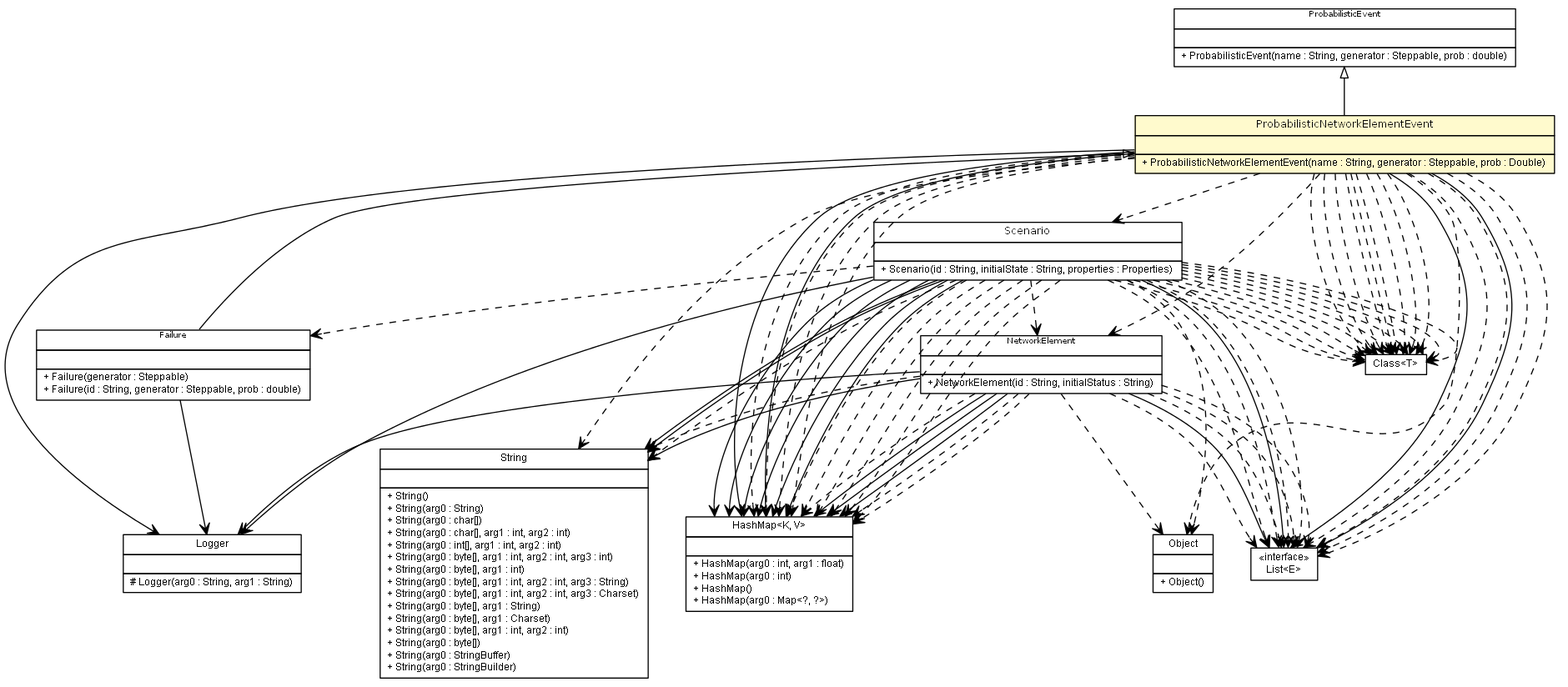
Earlier version of the Graphviz export apidocs/es/upm/dit/gsi/shanks/model/event/networkelement/ProbabilisticNetworkElementEvent.png (gsi-upm/Shanks). Its source is kept beside it as apidocs/es/upm/dit/gsi/shanks/model/event/networkelement/ProbabilisticNetworkElementEvent.dot.
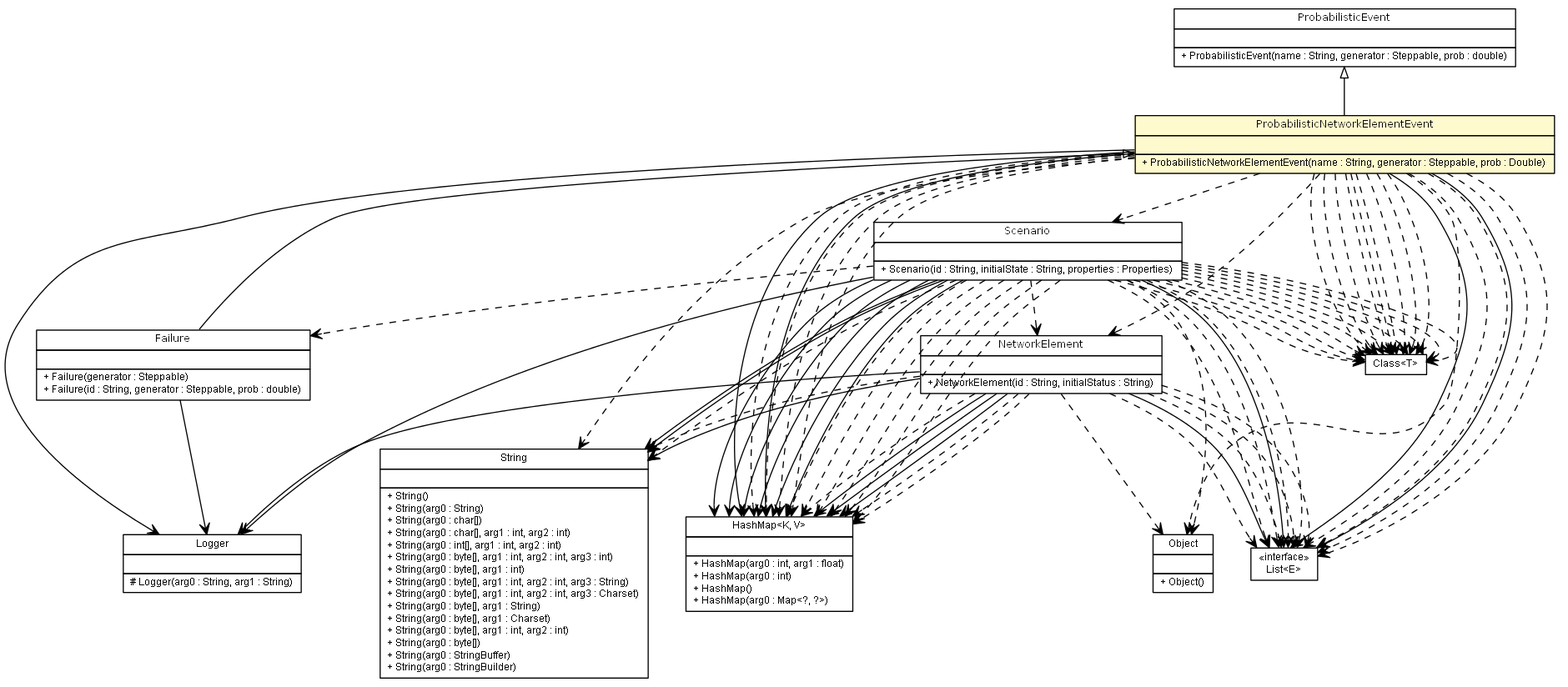
After the change.

What changed in the source:
```diff
@@ -84,60 +84,60 @@
 	c6048:p -> c6076:p [taillabel="", label="", headlabel="", fontname="arial", fontcolor="black", fontsize=10.0, color="black", arrowhead=open];
 	c6048:p -> c6076:p [taillabel="", label="", headlabel="", fontname="arial", fontcolor="black", fontsize=10.0, color="black", arrowhead=open];
 	c6048:p -> c6076:p [taillabel="", label="", headlabel="", fontname="arial", fontcolor="black", fontsize=10.0, color="black", arrowhead=open];
-	c6031:p -> c6078:p [taillabel="", label="", headlabel="", fontname="arial", fontcolor="black", fontsize=10.0, color="black", arrowhead=open, style=dashed];
 	c6031:p -> c6077:p [taillabel="", label="", headlabel="", fontname="arial", fontcolor="black", fontsize=10.0, color="black", arrowhead=open, style=dashed];
 	c6031:p -> c6076:p [taillabel="", label="", headlabel="", fontname="arial", fontcolor="black", fontsize=10.0, color="black", arrowhead=open, style=dashed];
+	c6031:p -> c6077:p [taillabel="", label="", headlabel="", fontname="arial", fontcolor="black", fontsize=10.0, color="black", arrowhead=open, style=dashed];
 	c6031:p -> c6076:p [taillabel="", label="", headlabel="", fontname="arial", fontcolor="black", fontsize=10.0, color="black", arrowhead=open, style=dashed];
 	c6031:p -> c6077:p [taillabel="", label="", headlabel="", fontname="arial", fontcolor="black", fontsize=10.0, color="black", arrowhead=open, style=dashed];
 	c6031:p -> c6075:p [taillabel="", label="", headlabel="", fontname="arial", fontcolor="black", fontsize=10.0, color="black", arrowhead=open, style=dashed];
+	c6031:p -> c6076:p [taillabel="", label="", headlabel="", fontname="arial", fontcolor="black", fontsize=10.0, color="black", arrowhead=open, style=dashed];
 	c6031:p -> c6077:p [taillabel="", label="", headlabel="", fontname="arial", fontcolor="black", fontsize=10.0, color="black", arrowhead=open, style=dashed];
-	c6031:p -> c6077:p [taillabel="", label="", headlabel="", fontname="arial", fontcolor="black", fontsize=10.0, color="black", arrowhead=open, style=dashed];
-	c6031:p -> c6076:p [taillabel="", label="", headlabel="", fontname="arial", fontcolor="black", fontsize=10.0, color="black", arrowhead=open, style=dashed];
-	c6044:p -> c6078:p [taillabel="", label="", headlabel="", fontname="arial", fontcolor="black", fontsize=10.0, color="black", arrowhead=open, style=dashed];
+	c6031:p -> c6078:p [taillabel="", label="", headlabel="", fontname="arial", fontcolor="black", fontsize=10.0, color="black", arrowhead=open, style=dashed];
+	c6044:p -> c6079:p [taillabel="", label="", headlabel="", fontname="arial", fontcolor="black", fontsize=10.0, color="black", arrowhead=open, style=dashed];
 	c6044:p -> c6076:p [taillabel="", label="", headlabel="", fontname="arial", fontcolor="black", fontsize=10.0, color="black", arrowhead=open, style=dashed];
-	c6044:p -> c6079:p [taillabel="", label="", headlabel="", fontname="arial", fontcolor="black", fontsize=10.0, color="black", arrowhead=open, style=dashed];
-	c6044:p -> c6079:p [taillabel="", label="", headlabel="", fontname="arial", fontcolor="black", fontsize=10.0, color="black", arrowhead=open, style=dashed];
-	c6044:p -> c6077:p [taillabel="", label="", headlabel="", fontname="arial", fontcolor="black", fontsize=10.0, color="black", arrowhead=open, style=dashed];
-	c6044:p -> c6077:p [taillabel="", label="", headlabel="", fontname="arial", fontcolor="black", fontsize=10.0, color="black", arrowhead=open, style=dashed];
-	c6044:p -> c6075:p [taillabel="", label="", headlabel="", fontname="arial", fontcolor="black", fontsize=10.0, color="black", arrowhead=open, style=dashed];
-	c6044:p -> c6076:p [taillabel="", label="", headlabel="", fontname="arial", fontcolor="black", fontsize=10.0, color="black", arrowhead=open, style=dashed];
-	c6044:p -> c6077:p [taillabel="", label="", headlabel="", fontname="arial", fontcolor="black", fontsize=10.0, color="black", arrowhead=open, style=dashed];
-	c6044:p -> c6048:p [taillabel="", label="", headlabel="", fontname="arial", fontcolor="black", fontsize=10.0, color="black", arrowhead=open, style=dashed];
-	c6044:p -> c6079:p [taillabel="", label="", headlabel="", fontname="arial", fontcolor="black", fontsize=10.0, color="black", arrowhead=open, style=dashed];
-	c6044:p -> c6079:p [taillabel="", label="", headlabel="", fontname="arial", fontcolor="black", fontsize=10.0, color="black", arrowhead=open, style=dashed];
-	c6044:p -> c6077:p [taillabel="", label="", headlabel="", fontname="arial", fontcolor="black", fontsize=10.0, color="black", arrowhead=open, style=dashed];
-	c6044:p -> c6079:p [taillabel="", label="", headlabel="", fontname="arial", fontcolor="black", fontsize=10.0, color="black", arrowhead=open, style=dashed];
 	c6044:p -> c6079:p [taillabel="", label="", headlabel="", fontname="arial", fontcolor="black", fontsize=10.0, color="black", arrowhead=open, style=dashed];
 	c6044:p -> c6076:p [taillabel="", label="", headlabel="", fontname="arial", fontcolor="black", fontsize=10.0, color="black", arrowhead=open, style=dashed];
 	c6044:p -> c6079:p [taillabel="", label="", headlabel="", fontname="arial", fontcolor="black", fontsize=10.0, color="black", arrowhead=open, style=dashed];
 	c6044:p -> c6079:p [taillabel="", label="", headlabel="", fontname="arial", fontcolor="black", fontsize=10.0, color="black", arrowhead=open, style=dashed];
-	c6044:p -> c6076:p [taillabel="", label="", headlabel="", fontname="arial", fontcolor="black", fontsize=10.0, color="black", arrowhead=open, style=dashed];
+	c6044:p -> c6079:p [taillabel="", label="", headlabel="", fontname="arial", fontcolor="black", fontsize=10.0, color="black", arrowhead=open, style=dashed];
+	c6044:p -> c6079:p [taillabel="", label="", headlabel="", fontname="arial", fontcolor="black", fontsize=10.0, color="black", arrowhead=open, style=dashed];
+	c6044:p -> c6078:p [taillabel="", label="", headlabel="", fontname="arial", fontcolor="black", fontsize=10.0, color="black", arrowhead=open, style=dashed];
+	c6044:p -> c6077:p [taillabel="", label="", headlabel="", fontname="arial", fontcolor="black", fontsize=10.0, color="black", arrowhead=open, style=dashed];
+	c6044:p -> c6079:p [taillabel="", label="", headlabel="", fontname="arial", fontcolor="black", fontsize=10.0, color="black", arrowhead=open, style=dashed];
+	c6044:p -> c6077:p [taillabel="", label="", headlabel="", fontname="arial", fontcolor="black", fontsize=10.0, color="black", arrowhead=open, style=dashed];
 	c6044:p -> c6031:p [taillabel="", label="", headlabel="", fontname="arial", fontcolor="black", fontsize=10.0, color="black", arrowhead=open, style=dashed];
 	c6044:p -> c6079:p [taillabel="", label="", headlabel="", fontname="arial", fontcolor="black", fontsize=10.0, color="black", arrowhead=open, style=dashed];
-	c6048:p -> c6078:p [taillabel="", label="", headlabel="", fontname="arial", fontcolor="black", fontsize=10.0, color="black", arrowhead=open, style=dashed];
+	c6044:p -> c6077:p [taillabel="", label="", headlabel="", fontname="arial", fontcolor="black", fontsize=10.0, color="black", arrowhead=open, style=dashed];
+	c6044:p -> c6077:p [taillabel="", label="", headlabel="", fontname="arial", fontcolor="black", fontsize=10.0, color="black", arrowhead=open, style=dashed];
+	c6044:p -> c6048:p [taillabel="", label="", headlabel="", fontname="arial", fontcolor="black", fontsize=10.0, color="black", arrowhead=open, style=dashed];
+	c6044:p -> c6075:p [taillabel="", label="", headlabel="", fontname="arial", fontcolor="black", fontsize=10.0, color="black", arrowhead=open, style=dashed];
+	c6044:p -> c6079:p [taillabel="", label="", headlabel="", fontname="arial", fontcolor="black", fontsize=10.0, color="black", arrowhead=open, style=dashed];
+	c6044:p -> c6076:p [taillabel="", label="", headlabel="", fontname="arial", fontcolor="black", fontsize=10.0, color="black", arrowhead=open, style=dashed];
+	c6044:p -> c6076:p [taillabel="", label="", headlabel="", fontname="arial", fontcolor="black", fontsize=10.0, color="black", arrowhead=open, style=dashed];
+	c6048:p -> c6076:p [taillabel="", label="", headlabel="", fontname="arial", fontcolor="black", fontsize=10.0, color="black", arrowhead=open, style=dashed];
+	c6048:p -> c6076:p [taillabel="", label="", headlabel="", fontname="arial", fontcolor="black", fontsize=10.0, color="black", arrowhead=open, style=dashed];
+	c6048:p -> c6079:p [taillabel="", label="", headlabel="", fontname="arial", fontcolor="black", fontsize=10.0, color="black", arrowhead=open, style=dashed];
+	c6048:p -> c6076:p [taillabel="", label="", headlabel="", fontname="arial", fontcolor="black", fontsize=10.0, color="black", arrowhead=open, style=dashed];
+	c6048:p -> c6031:p [taillabel="", label="", headlabel="", fontname="arial", fontcolor="black", fontsize=10.0, color="black", arrowhead=open, style=dashed];
+	c6048:p -> c6079:p [taillabel="", label="", headlabel="", fontname="arial", fontcolor="black", fontsize=10.0, color="black", arrowhead=open, style=dashed];
+	c6048:p -> c6077:p [taillabel="", label="", headlabel="", fontname="arial", fontcolor="black", fontsize=10.0, color="black", arrowhead=open, style=dashed];
+	c6048:p -> c6079:p [taillabel="", label="", headlabel="", fontname="arial", fontcolor="black", fontsize=10.0, color="black", arrowhead=open, style=dashed];
+	c6048:p -> c6075:p [taillabel="", label="", headlabel="", fontname="arial", fontcolor="black", fontsize=10.0, color="black", arrowhead=open, style=dashed];
 	c6048:p -> c6079:p [taillabel="", label="", headlabel="", fontname="arial", fontcolor="black", fontsize=10.0, color="black", arrowhead=open, style=dashed];
 	c6048:p -> c6079:p [taillabel="", label="", headlabel="", fontname="arial", fontcolor="black", fontsize=10.0, color="black", arrowhead=open, style=dashed];
-	c6048:p -> c6076:p [taillabel="", label="", headlabel="", fontname="arial", fontcolor="black", fontsize=10.0, color="black", arrowhead=open, style=dashed];
-	c6048:p -> c6076:p [taillabel="", label="", headlabel="", fontname="arial", fontcolor="black", fontsize=10.0, color="black", arrowhead=open, style=dashed];
-	c6048:p -> c6076:p [taillabel="", label="", headlabel="", fontname="arial", fontcolor="black", fontsize=10.0, color="black", arrowhead=open, style=dashed];
+	c6048:p -> c6041:p [taillabel="", label="", headlabel="", fontname="arial", fontcolor="black", fontsize=10.0, color="black", arrowhead=open, style=dashed];
 	c6048:p -> c6076:p [taillabel="", label="", headlabel="", fontname="arial", fontcolor="black", fontsize=10.0, color="black", arrowhead=open, style=dashed];
 	c6048:p -> c6079:p [taillabel="", label="", headlabel="", fontname="arial", fontcolor="black", fontsize=10.0, color="black", arrowhead=open, style=dashed];
 	c6048:p -> c6077:p [taillabel="", label="", headlabel="", fontname="arial", fontcolor="black", fontsize=10.0, color="black", arrowhead=open, style=dashed];
 	c6048:p -> c6079:p [taillabel="", label="", headlabel="", fontname="arial", fontcolor="black", fontsize=10.0, color="black", arrowhead=open, style=dashed];
 	c6048:p -> c6079:p [taillabel="", label="", headlabel="", fontname="arial", fontcolor="black", fontsize=10.0, color="black", arrowhead=open, style=dashed];
-	c6048:p -> c6041:p [taillabel="", label="", headlabel="", fontname="arial", fontcolor="black", fontsize=10.0, color="black", arrowhead=open, style=dashed];
+	c6048:p -> c6078:p [taillabel="", label="", headlabel="", fontname="arial", fontcolor="black", fontsize=10.0, color="black", arrowhead=open, style=dashed];
+	c6048:p -> c6079:p [taillabel="", label="", headlabel="", fontname="arial", fontcolor="black", fontsize=10.0, color="black", arrowhead=open, style=dashed];
+	c6048:p -> c6076:p [taillabel="", label="", headlabel="", fontname="arial", fontcolor="black", fontsize=10.0, color="black", arrowhead=open, style=dashed];
+	c6048:p -> c6079:p [taillabel="", label="", headlabel="", fontname="arial", fontcolor="black", fontsize=10.0, color="black", arrowhead=open, style=dashed];
 	c6048:p -> c6077:p [taillabel="", label="", headlabel="", fontname="arial", fontcolor="black", fontsize=10.0, color="black", arrowhead=open, style=dashed];
-	c6048:p -> c6079:p [taillabel="", label="", headlabel="", fontname="arial", fontcolor="black", fontsize=10.0, color="black", arrowhead=open, style=dashed];
-	c6048:p -> c6075:p [taillabel="", label="", headlabel="", fontname="arial", fontcolor="black", fontsize=10.0, color="black", arrowhead=open, style=dashed];
 	c6048:p -> c6077:p [taillabel="", label="", headlabel="", fontname="arial", fontcolor="black", fontsize=10.0, color="black", arrowhead=open, style=dashed];
 	c6048:p -> c6076:p [taillabel="", label="", headlabel="", fontname="arial", fontcolor="black", fontsize=10.0, color="black", arrowhead=open, style=dashed];
-	c6048:p -> c6079:p [taillabel="", label="", headlabel="", fontname="arial", fontcolor="black", fontsize=10.0, color="black", arrowhead=open, style=dashed];
-	c6048:p -> c6079:p [taillabel="", label="", headlabel="", fontname="arial", fontcolor="black", fontsize=10.0, color="black", arrowhead=open, style=dashed];
-	c6048:p -> c6077:p [taillabel="", label="", headlabel="", fontname="arial", fontcolor="black", fontsize=10.0, color="black", arrowhead=open, style=dashed];
-	c6048:p -> c6079:p [taillabel="", label="", headlabel="", fontname="arial", fontcolor="black", fontsize=10.0, color="black", arrowhead=open, style=dashed];
-	c6048:p -> c6079:p [taillabel="", label="", headlabel="", fontname="arial", fontcolor="black", fontsize=10.0, color="black", arrowhead=open, style=dashed];
-	c6048:p -> c6076:p [taillabel="", label="", headlabel="", fontname="arial", fontcolor="black", fontsize=10.0, color="black", arrowhead=open, style=dashed];
-	c6048:p -> c6031:p [taillabel="", label="", headlabel="", fontname="arial", fontcolor="black", fontsize=10.0, color="black", arrowhead=open, style=dashed];
 	c6079 [label=<<table title="java.lang.Class" border="0" cellborder="1" cellspacing="0" cellpadding="2" port="p" href="http://java.sun.com/j2se/1.4.2/docs/api/java/lang/Class.html">
 		<tr><td><table border="0" cellspacing="0" cellpadding="1">
 <tr><td align="center" balign="center"> Class&lt;T&gt; </td></tr>
```
